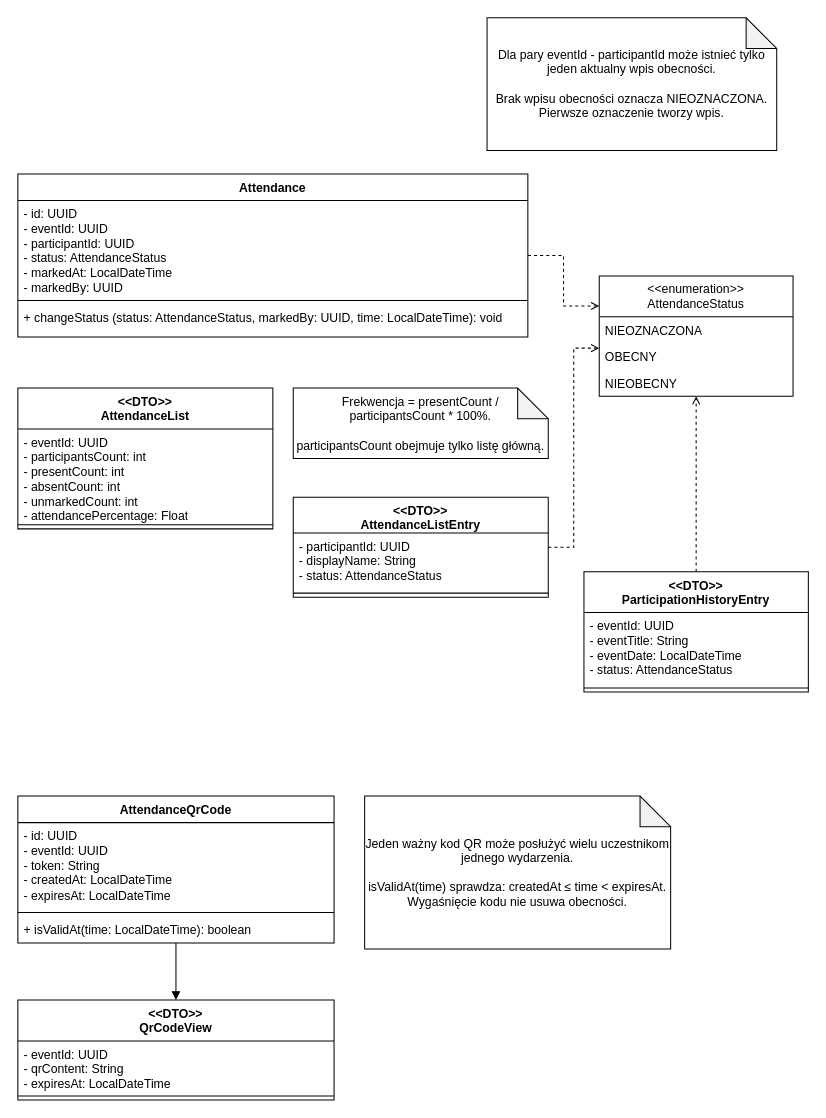
The draw.io diagram page "Diagram klas 1" (2 of 5) of IO moduł 6.drawio in KrzychuToJaa/IO---modul-6, before the edit. Source tidied: cells renumbered, new cells numbered last; positions are measured from the earlier drawing's top-left corner, leaving out a move shared by most shapes. Both pictures are drawn from the tidied source at 102%, with x=0, y=0 at pixel (17, 17).
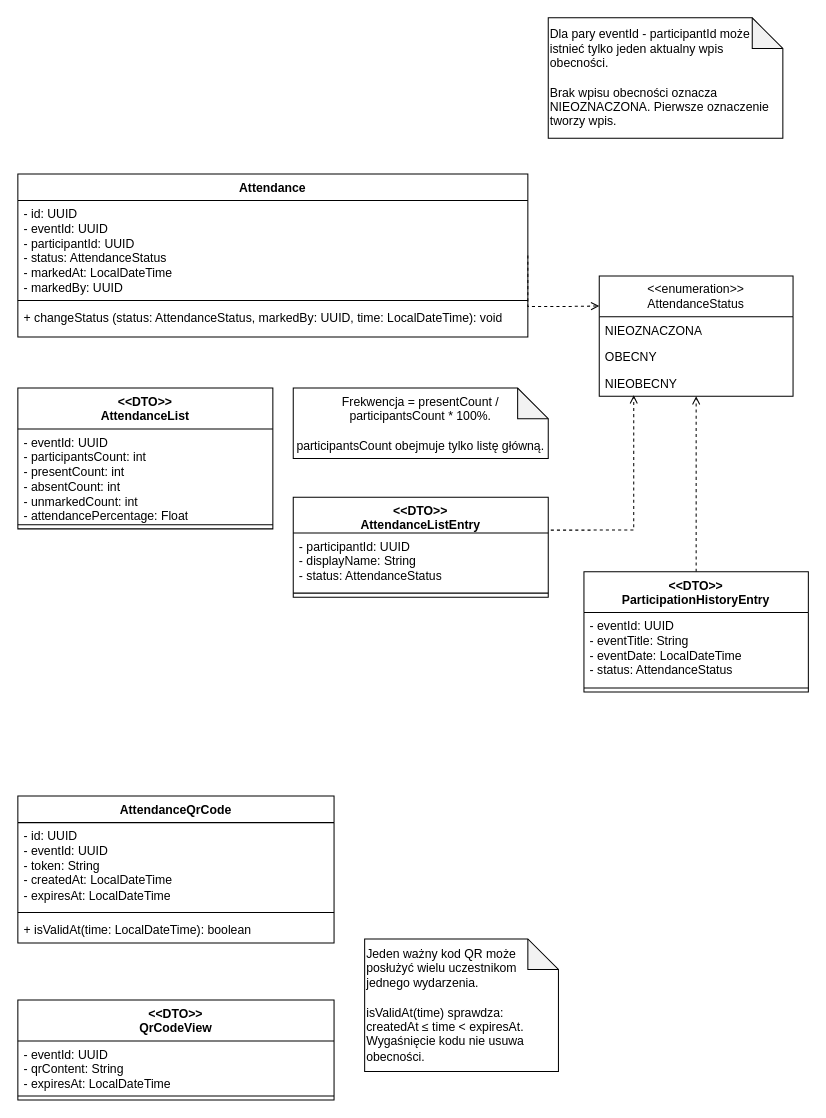
Above is the later version.

The change refers to these unchanged cells:
```xml
<mxCell id="2" value="Attendance" style="swimlane;fontStyle=1;align=center;verticalAlign=top;horizontal=1;startSize=26;whiteSpace=wrap;html=1;" parent="1" vertex="1">
  <mxGeometry y="153" width="500" height="160" as="geometry" />
</mxCell>
<mxCell id="6" value="&amp;lt;&amp;lt;enumeration&amp;gt;&amp;gt;&lt;br&gt;AttendanceStatus" style="swimlane;fontStyle=0;horizontal=1;startSize=40;fillColor=none;whiteSpace=wrap;html=1;" parent="1" vertex="1">
  <mxGeometry x="570" y="253" width="190" height="118" as="geometry" />
</mxCell>
<mxCell id="9" value="NIEOBECNY" style="text;strokeColor=none;fillColor=none;align=left;verticalAlign=top;spacingLeft=4;spacingRight=4;overflow=hidden;points=[[0,0.5],[1,0.5]];portConstraint=eastwest;whiteSpace=wrap;html=1;" parent="6" vertex="1">
  <mxGeometry y="92" width="190" height="26" as="geometry" />
</mxCell>
<mxCell id="12" value="AttendanceQrCode" style="swimlane;fontStyle=1;align=center;verticalAlign=top;horizontal=1;startSize=26;whiteSpace=wrap;html=1;" parent="1" vertex="1">
  <mxGeometry y="763" width="310" height="144" as="geometry" />
</mxCell>
<mxCell id="18" value="&amp;lt;&amp;lt;DTO&amp;gt;&amp;gt;&lt;br&gt;AttendanceListEntry" style="swimlane;fontStyle=1;align=center;verticalAlign=top;horizontal=1;startSize=35;whiteSpace=wrap;html=1;" parent="1" vertex="1">
  <mxGeometry x="270" y="470" width="250" height="98" as="geometry" />
</mxCell>
<mxCell id="30" value="&amp;lt;&amp;lt;DTO&amp;gt;&amp;gt;&lt;br&gt;QrCodeView" style="swimlane;fontStyle=1;align=center;verticalAlign=top;horizontal=1;startSize=40;whiteSpace=wrap;html=1;" parent="1" vertex="1">
  <mxGeometry y="963" width="310" height="98" as="geometry" />
</mxCell>
```

The edit, as a diff of the source:
```diff
@@
     <mxCell id="10" style="edgeStyle=orthogonalEdgeStyle;rounded=0;html=1;dashed=1;endArrow=open;endFill=0;exitX=1;exitY=0.5;entryX=0;entryY=0.25;" parent="1" edge="1" source="2" target="6">
-      <mxGeometry relative="1" as="geometry" />
+      <mxGeometry relative="1" as="geometry">
+        <Array as="points">
+          <mxPoint x="500" y="283" />
+          <mxPoint x="535" y="283" />
+        </Array>
+      </mxGeometry>
     </mxCell>
-    <mxCell id="11" style="edgeStyle=none;html=1;endArrow=block;endFill=1;" parent="1" edge="1" source="12" target="30">
-      <mxGeometry relative="1" as="geometry" />
-    </mxCell>
@@
-    <mxCell id="16" value="Dla pary eventId - participantId może istnieć tylko jeden aktualny wpis obecności.&lt;br&gt;&lt;br&gt;Brak wpisu obecności oznacza NIEOZNACZONA. Pierwsze oznaczenie tworzy wpis." style="shape=note;whiteSpace=wrap;html=1;backgroundOutline=1;darkOpacity=0.05;" parent="1" vertex="1">
-      <mxGeometry x="460" width="284" height="130" as="geometry" />
+    <mxCell id="16" value="Dla pary eventId - participantId może istnieć tylko jeden aktualny wpis obecności.&lt;br&gt;&lt;br&gt;Brak wpisu obecności oznacza NIEOZNACZONA. Pierwsze oznaczenie tworzy wpis." style="shape=note;whiteSpace=wrap;html=1;backgroundOutline=1;darkOpacity=0.05;align=left;" parent="1" vertex="1">
+      <mxGeometry x="520" width="230" height="118" as="geometry" />
     </mxCell>
-    <mxCell id="17" value="Jeden ważny kod QR może posłużyć wielu uczestnikom jednego wydarzenia.&lt;br&gt;&lt;br&gt;isValidAt(time) sprawdza: createdAt ≤ time &amp;lt; expiresAt. Wygaśnięcie kodu nie usuwa obecności." style="shape=note;whiteSpace=wrap;html=1;backgroundOutline=1;darkOpacity=0.05;" parent="1" vertex="1">
-      <mxGeometry x="340" y="763" width="300" height="150" as="geometry" />
+    <mxCell id="17" value="Jeden ważny kod QR może posłużyć wielu uczestnikom jednego wydarzenia.&lt;br&gt;&lt;br&gt;isValidAt(time) sprawdza: createdAt ≤ time &amp;lt; expiresAt. Wygaśnięcie kodu nie usuwa obecności." style="shape=note;whiteSpace=wrap;html=1;backgroundOutline=1;darkOpacity=0.05;align=left;" parent="1" vertex="1">
+      <mxGeometry x="340" y="903" width="190" height="130" as="geometry" />
     </mxCell>
@@
-    <mxCell id="21" style="edgeStyle=orthogonalEdgeStyle;rounded=0;html=1;dashed=1;endArrow=open;endFill=0;exitX=1;exitY=0.5;entryX=0;entryY=0.6;" parent="1" edge="1" source="18" target="6">
-      <mxGeometry relative="1" as="geometry" />
+    <mxCell id="21" style="edgeStyle=orthogonalEdgeStyle;rounded=0;html=1;dashed=1;endArrow=open;endFill=0;exitX=1.01;exitY=0.329;exitDx=0;exitDy=0;exitPerimeter=0;entryX=0.178;entryY=0.964;entryDx=0;entryDy=0;entryPerimeter=0;" parent="1" edge="1" source="18" target="9">
+      <mxGeometry x="-0.09" relative="1" as="geometry">
+        <Array as="points">
+          <mxPoint x="603.8" y="502.2" />
+        </Array>
+      </mxGeometry>
     </mxCell>
```
